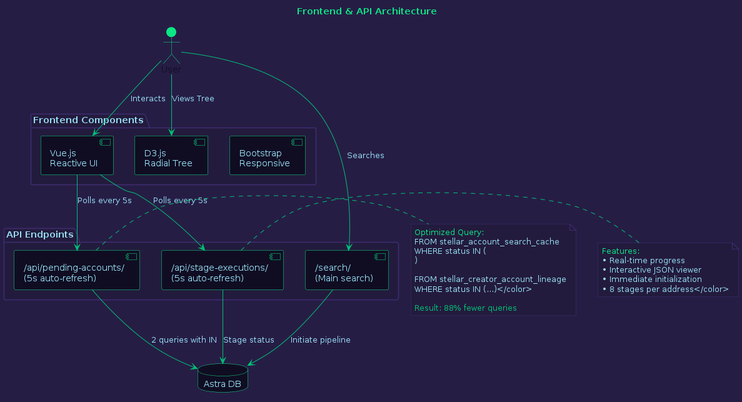
This is diagrams/04_frontend_api.png from areveur51/StellarMapWeb, a PlantUML export, as it was before one commit.
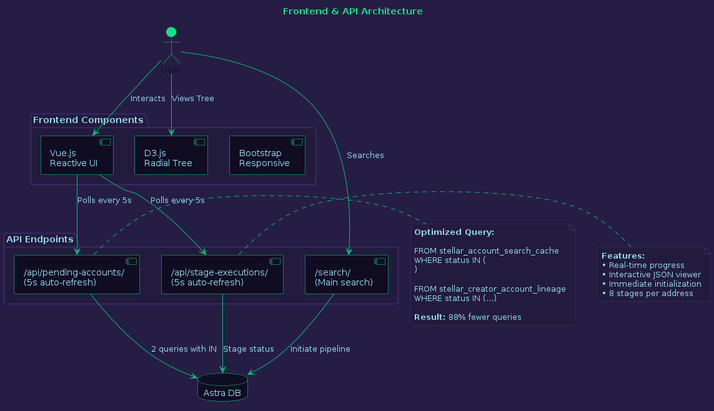
The same diagram one commit later.

Commit message:
Update diagram text to remove unnecessary color formatting

The edit, as a diff of the source:
```diff
@@ -34,7 +34,7 @@
   FontColor #96DDF2
 }
 
-title <color:#0BE784>Frontend & API Architecture</color>
+title <color:#0BE784>Frontend & API Architecture
 
 actor User #0BE784
 
@@ -62,23 +62,24 @@
 SearchAPI -[#01C176]-> DB : "Initiate pipeline"
 
 note right of PendingAPI #231B3D
-  <color:#0BE784>Optimized Query:</color>
-  <color:#96DDF2>FROM stellar_account_search_cache
+  **Optimized Query:**
+
+  FROM stellar_account_search_cache
   WHERE status IN (
   )
 
   FROM stellar_creator_account_lineage
-  WHERE status IN (...)</color>
+  WHERE status IN (...)
 
-  <color:#01C176>Result: 88% fewer queries</color>
+  **Result:** 88% fewer queries
 end note
 
 note right of StagesAPI #231B3D
-  <color:#0BE784>Features:</color>
-  <color:#96DDF2>• Real-time progress
+  **Features:**
+  • Real-time progress
   • Interactive JSON viewer
   • Immediate initialization
-  • 8 stages per address</color>
+  • 8 stages per address
 end note
 
 @enduml
```
